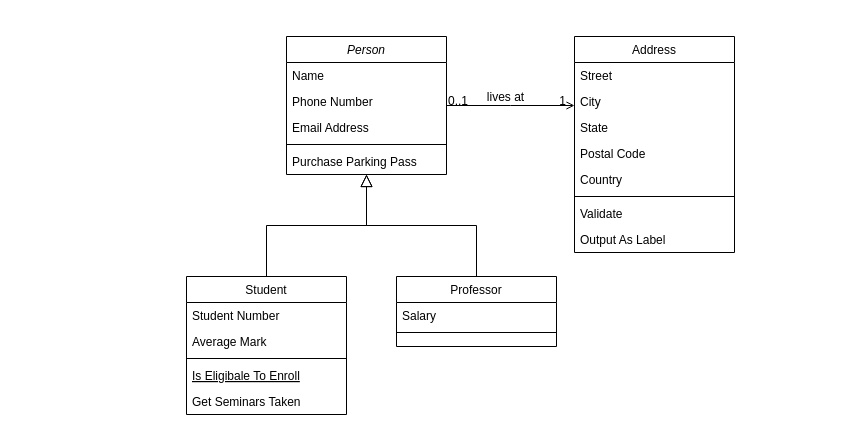
The draw.io diagram Untitled Diagram.drawio in kwj1270/TIL_Seminar, before the edit. Source tidied: cells renumbered, new cells numbered last; positions are measured from the earlier drawing's top-left corner, leaving out a move shared by most shapes. Both pictures are drawn from the tidied source at 100%, with x=0, y=0 at pixel (186, 36).
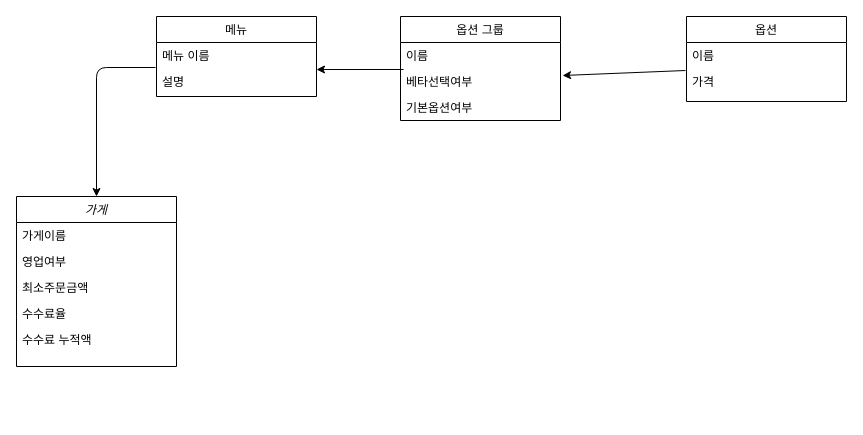
The same page after the edit.

Commit message:
초기 테스트

The edit, as a diff of the source:
```diff
@@
+    <mxCell id="32" style="endArrow=classic;html=1;exitX=-0.006;exitY=0.962;exitDx=0;exitDy=0;exitPerimeter=0;entryX=0.5;entryY=0;entryDx=0;entryDy=0;" parent="1" edge="1" source="20" target="2">
+      <mxGeometry relative="1" as="geometry">
+        <Array as="points">
+          <mxPoint x="-90" y="31" />
+        </Array>
+      </mxGeometry>
+    </mxCell>
-    <mxCell id="2" value="Person" style="swimlane;fontStyle=2;align=center;verticalAlign=top;horizontal=1;startSize=26;rounded=0;shadow=0;strokeWidth=1;" parent="1" vertex="1">
-      <mxGeometry x="100" width="160" height="138" as="geometry" />
+    <mxCell id="2" value="가게" style="swimlane;fontStyle=2;align=center;verticalAlign=top;horizontal=1;startSize=26;rounded=0;shadow=0;strokeWidth=1;" parent="1" vertex="1">
+      <mxGeometry x="-170" y="160" width="160" height="170" as="geometry" />
     </mxCell>
-    <mxCell id="3" value="Name" style="text;align=left;verticalAlign=top;spacingLeft=4;spacingRight=4;overflow=hidden;" parent="2" vertex="1">
+    <mxCell id="3" value="가게이름" style="text;align=left;verticalAlign=top;spacingLeft=4;spacingRight=4;overflow=hidden;" parent="2" vertex="1">
       <mxGeometry y="26" width="160" height="26" as="geometry" />
     </mxCell>
-    <mxCell id="4" value="Phone Number" style="text;align=left;verticalAlign=top;spacingLeft=4;spacingRight=4;overflow=hidden;rounded=0;shadow=0;html=0;" parent="2" vertex="1">
+    <mxCell id="4" value="영업여부" style="text;align=left;verticalAlign=top;spacingLeft=4;spacingRight=4;overflow=hidden;rounded=0;shadow=0;html=0;" parent="2" vertex="1">
       <mxGeometry y="52" width="160" height="26" as="geometry" />
     </mxCell>
-    <mxCell id="5" value="Email Address" style="text;align=left;verticalAlign=top;spacingLeft=4;spacingRight=4;overflow=hidden;rounded=0;shadow=0;html=0;" parent="2" vertex="1">
+    <mxCell id="5" value="최소주문금액" style="text;align=left;verticalAlign=top;spacingLeft=4;spacingRight=4;overflow=hidden;rounded=0;shadow=0;html=0;" parent="2" vertex="1">
       <mxGeometry y="78" width="160" height="26" as="geometry" />
     </mxCell>
-    <mxCell id="6" style="line;html=1;strokeWidth=1;align=left;verticalAlign=middle;spacingTop=-1;spacingLeft=3;spacingRight=3;labelPosition=right;" parent="2" vertex="1">
-      <mxGeometry y="104" width="160" height="8" as="geometry" />
-    </mxCell>
-    <mxCell id="7" value="Purchase Parking Pass" style="text;align=left;verticalAlign=top;spacingLeft=4;spacingRight=4;overflow=hidden;" parent="2" vertex="1">
-      <mxGeometry y="112" width="160" height="26" as="geometry" />
-    </mxCell>
+    <mxCell id="33" value="수수료율" style="text;align=left;verticalAlign=top;spacingLeft=4;spacingRight=4;overflow=hidden;rounded=0;shadow=0;html=0;" parent="2" vertex="1">
+      <mxGeometry y="104" width="160" height="26" as="geometry" />
+    </mxCell>
+    <mxCell id="34" value="수수료 누적액" style="text;align=left;verticalAlign=top;spacingLeft=4;spacingRight=4;overflow=hidden;rounded=0;shadow=0;html=0;" parent="2" vertex="1">
+      <mxGeometry y="130" width="160" height="26" as="geometry" />
+    </mxCell>
+    <mxCell id="19" value="메뉴" style="swimlane;fontStyle=0;align=center;verticalAlign=top;horizontal=1;startSize=26;rounded=0;shadow=0;strokeWidth=1;" parent="1" vertex="1">
+      <mxGeometry x="-30" y="-20" width="160" height="80" as="geometry" />
+    </mxCell>
+    <mxCell id="20" value="메뉴 이름" style="text;align=left;verticalAlign=top;spacingLeft=4;spacingRight=4;overflow=hidden;points=[[0,0.5],[1,0.5]];portConstraint=eastwest;" parent="19" vertex="1">
+      <mxGeometry y="26" width="160" height="26" as="geometry" />
+    </mxCell>
+    <mxCell id="21" value="설명 " style="text;align=left;verticalAlign=top;spacingLeft=4;spacingRight=4;overflow=hidden;rounded=0;shadow=0;html=0;" parent="19" vertex="1">
+      <mxGeometry y="52" width="160" height="26" as="geometry" />
+    </mxCell>
+    <mxCell id="35" style="endArrow=classic;html=1;exitX=0.019;exitY=0.038;exitDx=0;exitDy=0;exitPerimeter=0;" parent="1" edge="1" source="10">
+      <mxGeometry relative="1" as="geometry">
+        <mxPoint x="130" y="33" as="targetPoint" />
+      </mxGeometry>
+    </mxCell>
-    <mxCell id="8" value="Student" style="swimlane;fontStyle=0;align=center;verticalAlign=top;horizontal=1;startSize=26;rounded=0;shadow=0;strokeWidth=1;" parent="1" vertex="1">
-      <mxGeometry y="240" width="160" height="138" as="geometry" />
+    <mxCell id="8" value="옵션 그룹" style="swimlane;fontStyle=0;align=center;verticalAlign=top;horizontal=1;startSize=26;rounded=0;shadow=0;strokeWidth=1;" parent="1" vertex="1">
+      <mxGeometry x="214" y="-20" width="160" height="104" as="geometry" />
     </mxCell>
-    <mxCell id="9" value="Student Number" style="text;align=left;verticalAlign=top;spacingLeft=4;spacingRight=4;overflow=hidden;" parent="8" vertex="1">
+    <mxCell id="9" value="이름" style="text;align=left;verticalAlign=top;spacingLeft=4;spacingRight=4;overflow=hidden;" parent="8" vertex="1">
       <mxGeometry y="26" width="160" height="26" as="geometry" />
     </mxCell>
-    <mxCell id="10" value="Average Mark" style="text;align=left;verticalAlign=top;spacingLeft=4;spacingRight=4;overflow=hidden;points=[[0,0.5],[1,0.5]];portConstraint=eastwest;rounded=0;shadow=0;html=0;" parent="8" vertex="1">
+    <mxCell id="10" value="베타선택여부" style="text;align=left;verticalAlign=top;spacingLeft=4;spacingRight=4;overflow=hidden;points=[[0,0.5],[1,0.5]];portConstraint=eastwest;rounded=0;shadow=0;html=0;" parent="8" vertex="1">
       <mxGeometry y="52" width="160" height="26" as="geometry" />
     </mxCell>
-    <mxCell id="11" style="line;html=1;strokeWidth=1;align=left;verticalAlign=middle;spacingTop=-1;spacingLeft=3;spacingRight=3;labelPosition=right;" parent="8" vertex="1">
-      <mxGeometry y="78" width="160" height="8" as="geometry" />
-    </mxCell>
-    <mxCell id="12" value="Is Eligibale To Enroll" style="text;align=left;verticalAlign=top;spacingLeft=4;spacingRight=4;overflow=hidden;fontStyle=4;" parent="8" vertex="1">
-      <mxGeometry y="86" width="160" height="26" as="geometry" />
-    </mxCell>
-    <mxCell id="13" value="Get Seminars Taken" style="text;align=left;verticalAlign=top;spacingLeft=4;spacingRight=4;overflow=hidden;" parent="8" vertex="1">
-      <mxGeometry y="112" width="160" height="26" as="geometry" />
-    </mxCell>
-    <mxCell id="14" style="endArrow=block;endSize=10;endFill=0;shadow=0;strokeWidth=1;rounded=0;edgeStyle=elbowEdgeStyle;elbow=vertical;" parent="1" edge="1" source="8" target="2">
-      <mxGeometry relative="1" as="geometry" />
-    </mxCell>
+    <mxCell id="36" value="기본옵션여부" style="text;align=left;verticalAlign=top;spacingLeft=4;spacingRight=4;overflow=hidden;rounded=0;shadow=0;html=0;" parent="8" vertex="1">
+      <mxGeometry y="78" width="160" height="26" as="geometry" />
+    </mxCell>
+    <mxCell id="37" style="endArrow=classic;html=1;entryX=1.013;entryY=0.269;entryDx=0;entryDy=0;entryPerimeter=0;exitX=-0.006;exitY=0.077;exitDx=0;exitDy=0;exitPerimeter=0;" parent="1" edge="1" source="38" target="10">
+      <mxGeometry relative="1" as="geometry" />
+    </mxCell>
-    <mxCell id="15" value="Professor" style="swimlane;fontStyle=0;align=center;verticalAlign=top;horizontal=1;startSize=26;rounded=0;shadow=0;strokeWidth=1;" parent="1" vertex="1">
-      <mxGeometry x="210" y="240" width="160" height="70" as="geometry" />
+    <mxCell id="15" value="옵션" style="swimlane;fontStyle=0;align=center;verticalAlign=top;horizontal=1;startSize=26;rounded=0;shadow=0;strokeWidth=1;" parent="1" vertex="1">
+      <mxGeometry x="500" y="-20" width="160" height="85" as="geometry" />
     </mxCell>
-    <mxCell id="16" value="Salary" style="text;align=left;verticalAlign=top;spacingLeft=4;spacingRight=4;overflow=hidden;" parent="15" vertex="1">
+    <mxCell id="16" value="이름" style="text;align=left;verticalAlign=top;spacingLeft=4;spacingRight=4;overflow=hidden;" parent="15" vertex="1">
       <mxGeometry y="26" width="160" height="26" as="geometry" />
     </mxCell>
-    <mxCell id="17" style="line;html=1;strokeWidth=1;align=left;verticalAlign=middle;spacingTop=-1;spacingLeft=3;spacingRight=3;labelPosition=right;" parent="15" vertex="1">
-      <mxGeometry y="52" width="160" height="8" as="geometry" />
-    </mxCell>
-    <mxCell id="18" style="endArrow=block;endSize=10;endFill=0;shadow=0;strokeWidth=1;rounded=0;edgeStyle=elbowEdgeStyle;elbow=vertical;" parent="1" edge="1" source="15" target="2">
-      <mxGeometry relative="1" as="geometry" />
-    </mxCell>
-    <mxCell id="19" value="Address" style="swimlane;fontStyle=0;align=center;verticalAlign=top;horizontal=1;startSize=26;rounded=0;shadow=0;strokeWidth=1;" parent="1" vertex="1">
-      <mxGeometry x="388" width="160" height="216" as="geometry" />
-    </mxCell>
-    <mxCell id="20" value="Street" style="text;align=left;verticalAlign=top;spacingLeft=4;spacingRight=4;overflow=hidden;points=[[0,0.5],[1,0.5]];portConstraint=eastwest;" parent="19" vertex="1">
-      <mxGeometry y="26" width="160" height="26" as="geometry" />
-    </mxCell>
-    <mxCell id="21" value="City" style="text;align=left;verticalAlign=top;spacingLeft=4;spacingRight=4;overflow=hidden;rounded=0;shadow=0;html=0;" parent="19" vertex="1">
-      <mxGeometry y="52" width="160" height="26" as="geometry" />
-    </mxCell>
-    <mxCell id="22" value="State" style="text;align=left;verticalAlign=top;spacingLeft=4;spacingRight=4;overflow=hidden;rounded=0;shadow=0;html=0;" parent="19" vertex="1">
-      <mxGeometry y="78" width="160" height="26" as="geometry" />
-    </mxCell>
-    <mxCell id="23" value="Postal Code" style="text;align=left;verticalAlign=top;spacingLeft=4;spacingRight=4;overflow=hidden;rounded=0;shadow=0;html=0;" parent="19" vertex="1">
-      <mxGeometry y="104" width="160" height="26" as="geometry" />
-    </mxCell>
-    <mxCell id="24" value="Country" style="text;align=left;verticalAlign=top;spacingLeft=4;spacingRight=4;overflow=hidden;rounded=0;shadow=0;html=0;" parent="19" vertex="1">
-      <mxGeometry y="130" width="160" height="26" as="geometry" />
-    </mxCell>
-    <mxCell id="25" style="line;html=1;strokeWidth=1;align=left;verticalAlign=middle;spacingTop=-1;spacingLeft=3;spacingRight=3;labelPosition=right;" parent="19" vertex="1">
-      <mxGeometry y="156" width="160" height="8" as="geometry" />
-    </mxCell>
-    <mxCell id="26" value="Validate" style="text;align=left;verticalAlign=top;spacingLeft=4;spacingRight=4;overflow=hidden;" parent="19" vertex="1">
-      <mxGeometry y="164" width="160" height="26" as="geometry" />
-    </mxCell>
-    <mxCell id="27" value="Output As Label" style="text;align=left;verticalAlign=top;spacingLeft=4;spacingRight=4;overflow=hidden;" parent="19" vertex="1">
-      <mxGeometry y="190" width="160" height="26" as="geometry" />
-    </mxCell>
-    <mxCell id="28" style="endArrow=open;shadow=0;strokeWidth=1;rounded=0;endFill=1;edgeStyle=elbowEdgeStyle;elbow=vertical;" parent="1" edge="1" source="2" target="19">
-      <mxGeometry x="0.5" y="41" relative="1" as="geometry">
-        <mxPoint x="-40" y="32" as="offset" />
-      </mxGeometry>
-    </mxCell>
-    <mxCell id="29" value="0..1" style="align=left;verticalAlign=bottom;labelBackgroundColor=none;fontSize=12;" parent="28" vertex="1">
-      <mxGeometry x="-1" relative="1" as="geometry">
-        <mxPoint y="4" as="offset" />
-      </mxGeometry>
-    </mxCell>
-    <mxCell id="30" value="1" style="align=right;verticalAlign=bottom;labelBackgroundColor=none;fontSize=12;" parent="28" vertex="1">
-      <mxGeometry x="1" relative="1" as="geometry">
-        <mxPoint x="-7" y="4" as="offset" />
-      </mxGeometry>
-    </mxCell>
-    <mxCell id="31" value="lives at" style="text;html=1;align=center;verticalAlign=middle;labelBackgroundColor=none;rounded=0;shadow=0;strokeWidth=1;fontSize=12;" parent="28" vertex="1">
-      <mxGeometry x="0.5" y="49" relative="1" as="geometry">
-        <mxPoint x="-38" y="40" as="offset" />
-      </mxGeometry>
-    </mxCell>
+    <mxCell id="38" value="가격" style="text;align=left;verticalAlign=top;spacingLeft=4;spacingRight=4;overflow=hidden;points=[[0,0.5],[1,0.5]];portConstraint=eastwest;" parent="15" vertex="1">
+      <mxGeometry y="52" width="160" height="26" as="geometry" />
+    </mxCell>
```
